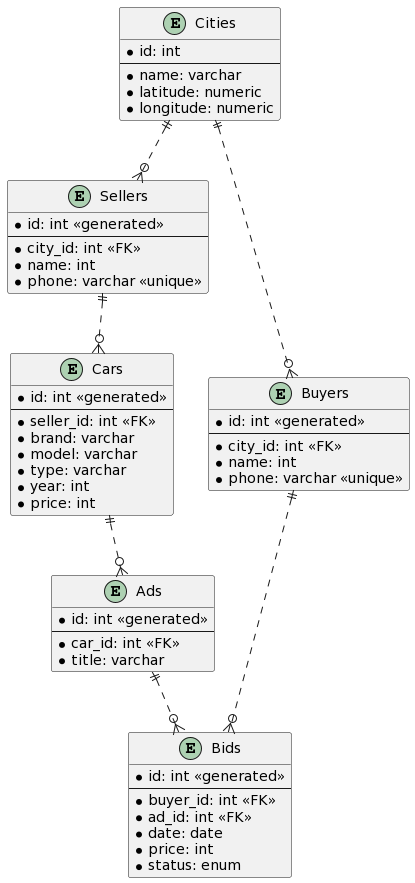
Earlier version of the PlantUML export diagram/images/diagram.png (thujuli/car-dealer-db).
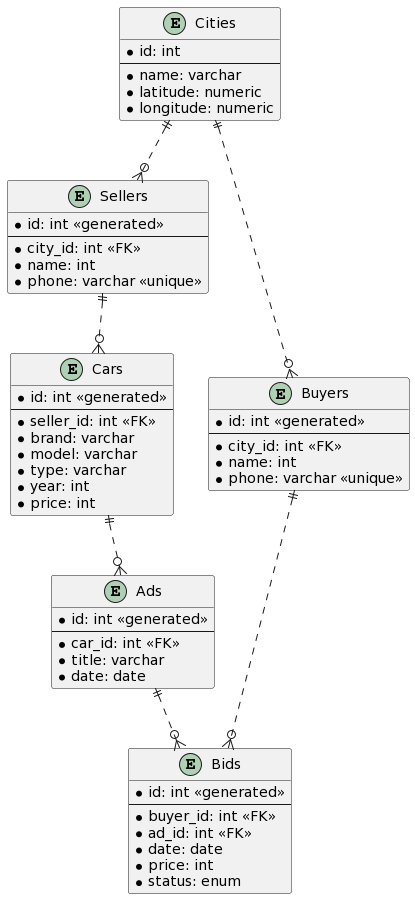
The same diagram one commit later.

Commit message:
added a date column in ads tabel

Diff of the diagram source:
```diff
@@ -25,6 +25,7 @@
     --
     * car_id: int <<FK>>
     * title: varchar
+    * date: date
 }
 entity Cars{
     * id: int <<generated>>
```
